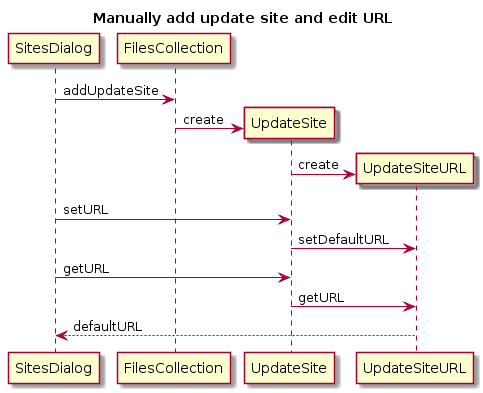
The PlantUML diagram PersonalSiteSequence.png in imagej/imagej.github.io, before a commit.
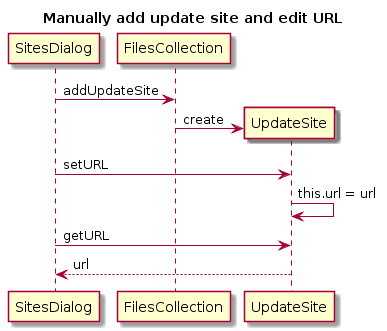
Later version of the same file.

Change to the diagram source:
```diff
@@ -3,11 +3,8 @@
 SitesDialog -> FilesCollection : addUpdateSite
 create UpdateSite
 FilesCollection -> UpdateSite : create
-create UpdateSiteURL
-UpdateSite -> UpdateSiteURL : create
 SitesDialog -> UpdateSite : setURL
-UpdateSite -> UpdateSiteURL : setDefaultURL
+UpdateSite -> UpdateSite : this.url = url
 SitesDialog -> UpdateSite : getURL
-UpdateSite -> UpdateSiteURL : getURL
-SitesDialog <-- UpdateSiteURL : defaultURL
+SitesDialog <-- UpdateSite : url
 @enduml
```
